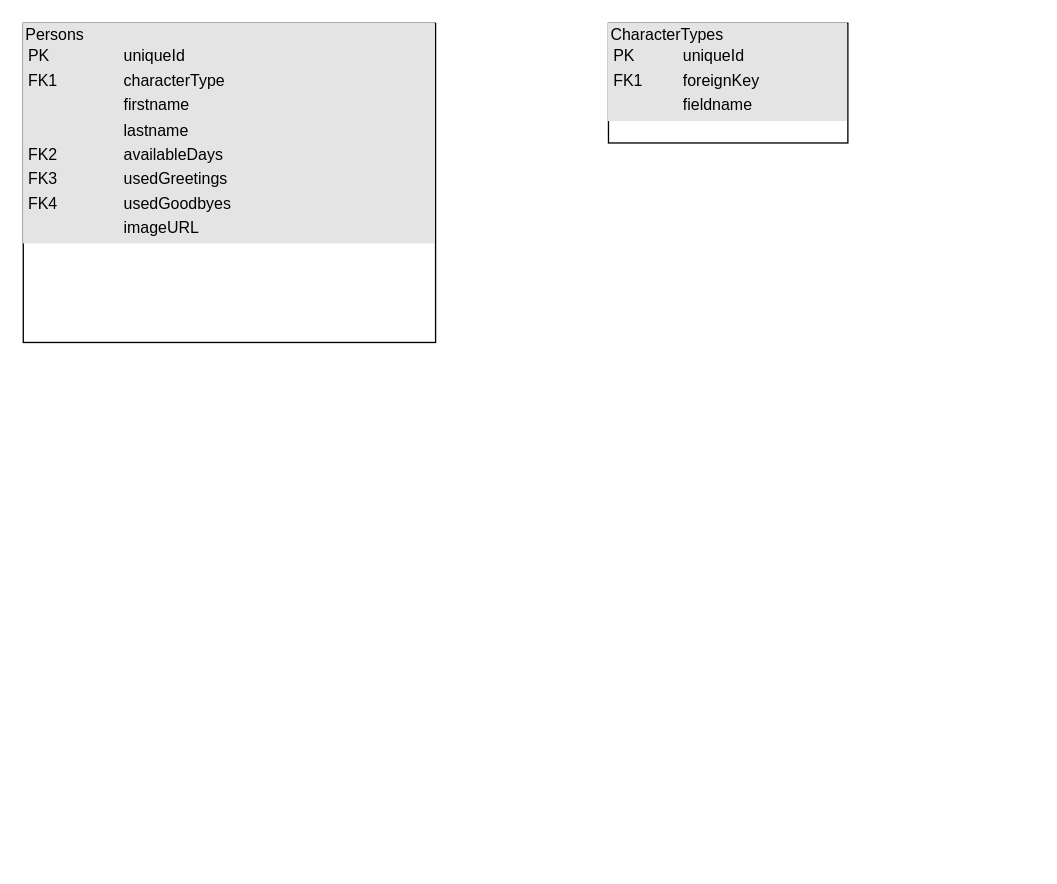
TeacherStijn/Secondhand-storekeeper keeps this draw.io diagram as Secondhandstore.drawio. Above is the earlier version. Source tidied: cells renumbered, new cells numbered last; positions are measured from the earlier drawing's top-left corner, leaving out a move shared by most shapes. Both pictures are drawn from the tidied source at 133%, with x=0, y=0 at pixel (23, 23).
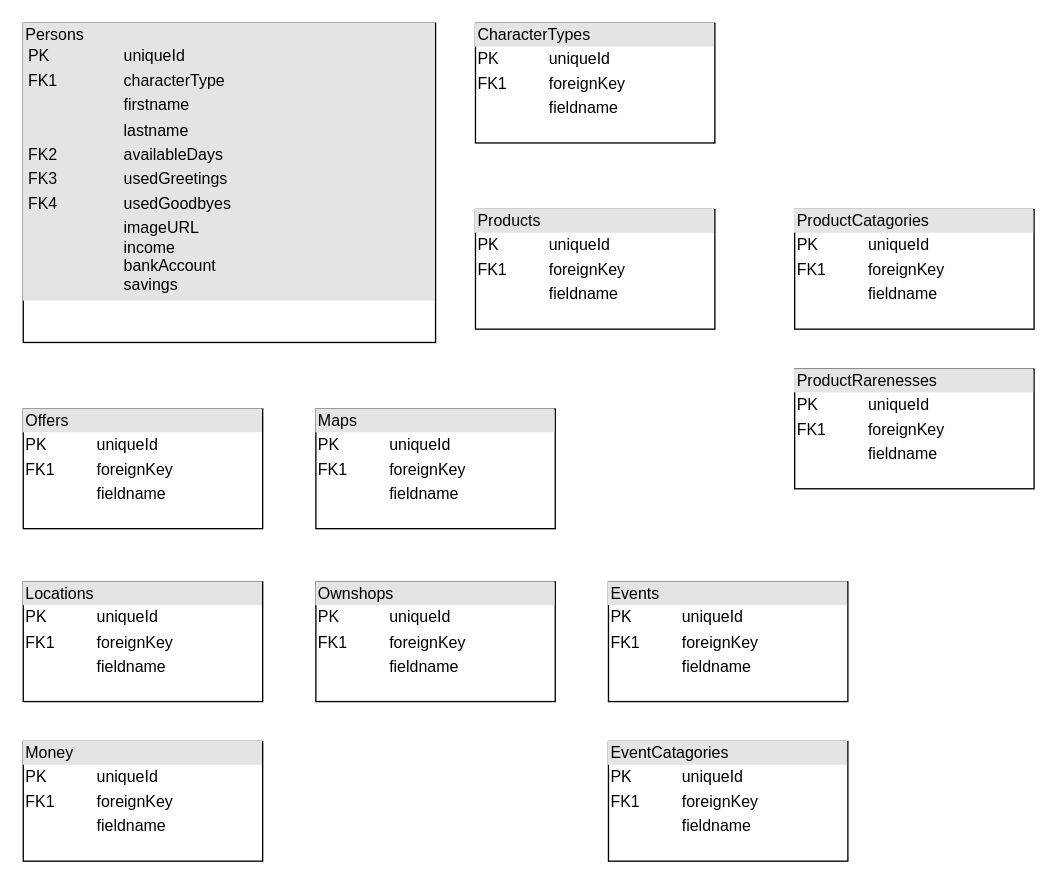
The same page after the edit.

Diff of the diagram source:
```diff
@@
 <mxGraphModel>
   <root>
     <mxCell id="0" />
     <mxCell id="1" parent="0" />
-    <mxCell id="2" value="&lt;div style=&quot;box-sizing:border-box;width:100%;background:#e4e4e4;padding:2px;&quot;&gt;Persons&lt;table style=&quot;background-color: initial; font-size: 1em; width: 100%;&quot; cellpadding=&quot;2&quot; cellspacing=&quot;0&quot;&gt;&lt;tbody&gt;&lt;tr&gt;&lt;td&gt;PK&lt;/td&gt;&lt;td&gt;uniqueId&lt;/td&gt;&lt;/tr&gt;&lt;tr&gt;&lt;td&gt;FK1&lt;/td&gt;&lt;td&gt;characterType&lt;/td&gt;&lt;/tr&gt;&lt;tr&gt;&lt;td&gt;&lt;/td&gt;&lt;td&gt;firstname&lt;br&gt;&lt;/td&gt;&lt;/tr&gt;&lt;tr&gt;&lt;td&gt;&lt;br&gt;&lt;/td&gt;&lt;td&gt;lastname&lt;/td&gt;&lt;/tr&gt;&lt;tr&gt;&lt;td&gt;FK2&lt;/td&gt;&lt;td&gt;availableDays&lt;/td&gt;&lt;/tr&gt;&lt;tr&gt;&lt;td&gt;FK3&lt;/td&gt;&lt;td&gt;usedGreetings&lt;/td&gt;&lt;/tr&gt;&lt;tr&gt;&lt;td&gt;FK4&lt;/td&gt;&lt;td&gt;usedGoodbyes&lt;/td&gt;&lt;/tr&gt;&lt;tr&gt;&lt;td&gt;&lt;br&gt;&lt;/td&gt;&lt;td&gt;imageURL&lt;/td&gt;&lt;/tr&gt;&lt;/tbody&gt;&lt;/table&gt;&lt;/div&gt;" style="verticalAlign=top;align=left;overflow=fill;html=1;" parent="1" vertex="1">
+    <mxCell id="2" value="&lt;div style=&quot;box-sizing:border-box;width:100%;background:#e4e4e4;padding:2px;&quot;&gt;Persons&lt;table style=&quot;background-color: initial; font-size: 1em; width: 100%;&quot; cellpadding=&quot;2&quot; cellspacing=&quot;0&quot;&gt;&lt;tbody&gt;&lt;tr&gt;&lt;td&gt;PK&lt;/td&gt;&lt;td&gt;uniqueId&lt;/td&gt;&lt;/tr&gt;&lt;tr&gt;&lt;td&gt;FK1&lt;/td&gt;&lt;td&gt;characterType&lt;/td&gt;&lt;/tr&gt;&lt;tr&gt;&lt;td&gt;&lt;/td&gt;&lt;td&gt;firstname&lt;br&gt;&lt;/td&gt;&lt;/tr&gt;&lt;tr&gt;&lt;td&gt;&lt;br&gt;&lt;/td&gt;&lt;td&gt;lastname&lt;/td&gt;&lt;/tr&gt;&lt;tr&gt;&lt;td&gt;FK2&lt;/td&gt;&lt;td&gt;availableDays&lt;/td&gt;&lt;/tr&gt;&lt;tr&gt;&lt;td&gt;FK3&lt;/td&gt;&lt;td&gt;usedGreetings&lt;/td&gt;&lt;/tr&gt;&lt;tr&gt;&lt;td&gt;FK4&lt;/td&gt;&lt;td&gt;usedGoodbyes&lt;/td&gt;&lt;/tr&gt;&lt;tr&gt;&lt;td&gt;&lt;br&gt;&lt;/td&gt;&lt;td&gt;imageURL&lt;br&gt;income&lt;br&gt;bankAccount&lt;br&gt;savings&lt;/td&gt;&lt;/tr&gt;&lt;/tbody&gt;&lt;/table&gt;&lt;/div&gt;" style="verticalAlign=top;align=left;overflow=fill;html=1;" parent="1" vertex="1">
       <mxGeometry width="310" height="240" as="geometry" />
     </mxCell>
+    <mxCell id="4" value="&lt;div style=&quot;box-sizing:border-box;width:100%;background:#e4e4e4;padding:2px;&quot;&gt;Locations&lt;/div&gt;&lt;table style=&quot;width:100%;font-size:1em;&quot; cellpadding=&quot;2&quot; cellspacing=&quot;0&quot;&gt;&lt;tbody&gt;&lt;tr&gt;&lt;td&gt;PK&lt;/td&gt;&lt;td&gt;uniqueId&lt;/td&gt;&lt;/tr&gt;&lt;tr&gt;&lt;td&gt;FK1&lt;/td&gt;&lt;td&gt;foreignKey&lt;/td&gt;&lt;/tr&gt;&lt;tr&gt;&lt;td&gt;&lt;/td&gt;&lt;td&gt;fieldname&lt;/td&gt;&lt;/tr&gt;&lt;/tbody&gt;&lt;/table&gt;" style="verticalAlign=top;align=left;overflow=fill;html=1;" parent="1" vertex="1">
+      <mxGeometry y="420" width="180" height="90" as="geometry" />
+    </mxCell>
+    <mxCell id="5" value="&lt;div style=&quot;box-sizing:border-box;width:100%;background:#e4e4e4;padding:2px;&quot;&gt;Offers&lt;/div&gt;&lt;table style=&quot;width:100%;font-size:1em;&quot; cellpadding=&quot;2&quot; cellspacing=&quot;0&quot;&gt;&lt;tbody&gt;&lt;tr&gt;&lt;td&gt;PK&lt;/td&gt;&lt;td&gt;uniqueId&lt;/td&gt;&lt;/tr&gt;&lt;tr&gt;&lt;td&gt;FK1&lt;/td&gt;&lt;td&gt;foreignKey&lt;/td&gt;&lt;/tr&gt;&lt;tr&gt;&lt;td&gt;&lt;/td&gt;&lt;td&gt;fieldname&lt;/td&gt;&lt;/tr&gt;&lt;/tbody&gt;&lt;/table&gt;" style="verticalAlign=top;align=left;overflow=fill;html=1;" parent="1" vertex="1">
+      <mxGeometry y="290" width="180" height="90" as="geometry" />
+    </mxCell>
+    <mxCell id="6" value="&lt;div style=&quot;box-sizing:border-box;width:100%;background:#e4e4e4;padding:2px;&quot;&gt;Ownshops&lt;/div&gt;&lt;table style=&quot;width:100%;font-size:1em;&quot; cellpadding=&quot;2&quot; cellspacing=&quot;0&quot;&gt;&lt;tbody&gt;&lt;tr&gt;&lt;td&gt;PK&lt;/td&gt;&lt;td&gt;uniqueId&lt;/td&gt;&lt;/tr&gt;&lt;tr&gt;&lt;td&gt;FK1&lt;/td&gt;&lt;td&gt;foreignKey&lt;/td&gt;&lt;/tr&gt;&lt;tr&gt;&lt;td&gt;&lt;/td&gt;&lt;td&gt;fieldname&lt;/td&gt;&lt;/tr&gt;&lt;/tbody&gt;&lt;/table&gt;" style="verticalAlign=top;align=left;overflow=fill;html=1;" parent="1" vertex="1">
+      <mxGeometry x="220" y="420" width="180" height="90" as="geometry" />
+    </mxCell>
+    <mxCell id="7" value="&lt;div style=&quot;box-sizing:border-box;width:100%;background:#e4e4e4;padding:2px;&quot;&gt;Maps&lt;/div&gt;&lt;table style=&quot;width:100%;font-size:1em;&quot; cellpadding=&quot;2&quot; cellspacing=&quot;0&quot;&gt;&lt;tbody&gt;&lt;tr&gt;&lt;td&gt;PK&lt;/td&gt;&lt;td&gt;uniqueId&lt;/td&gt;&lt;/tr&gt;&lt;tr&gt;&lt;td&gt;FK1&lt;/td&gt;&lt;td&gt;foreignKey&lt;/td&gt;&lt;/tr&gt;&lt;tr&gt;&lt;td&gt;&lt;/td&gt;&lt;td&gt;fieldname&lt;/td&gt;&lt;/tr&gt;&lt;/tbody&gt;&lt;/table&gt;" style="verticalAlign=top;align=left;overflow=fill;html=1;" parent="1" vertex="1">
+      <mxGeometry x="220" y="290" width="180" height="90" as="geometry" />
+    </mxCell>
+    <mxCell id="8" value="&lt;div style=&quot;box-sizing:border-box;width:100%;background:#e4e4e4;padding:2px;&quot;&gt;Products&lt;/div&gt;&lt;table style=&quot;width:100%;font-size:1em;&quot; cellpadding=&quot;2&quot; cellspacing=&quot;0&quot;&gt;&lt;tbody&gt;&lt;tr&gt;&lt;td&gt;PK&lt;/td&gt;&lt;td&gt;uniqueId&lt;/td&gt;&lt;/tr&gt;&lt;tr&gt;&lt;td&gt;FK1&lt;/td&gt;&lt;td&gt;foreignKey&lt;/td&gt;&lt;/tr&gt;&lt;tr&gt;&lt;td&gt;&lt;/td&gt;&lt;td&gt;fieldname&lt;/td&gt;&lt;/tr&gt;&lt;/tbody&gt;&lt;/table&gt;" style="verticalAlign=top;align=left;overflow=fill;html=1;" parent="1" vertex="1">
+      <mxGeometry x="340" y="140" width="180" height="90" as="geometry" />
+    </mxCell>
-    <mxCell id="3" value="&lt;div style=&quot;box-sizing:border-box;width:100%;background:#e4e4e4;padding:2px;&quot;&gt;CharacterTypes&lt;table style=&quot;background-color: initial; font-size: 1em; width: 100%;&quot; cellpadding=&quot;2&quot; cellspacing=&quot;0&quot;&gt;&lt;tbody&gt;&lt;tr&gt;&lt;td&gt;PK&lt;/td&gt;&lt;td&gt;uniqueId&lt;/td&gt;&lt;/tr&gt;&lt;tr&gt;&lt;td&gt;FK1&lt;/td&gt;&lt;td&gt;foreignKey&lt;/td&gt;&lt;/tr&gt;&lt;tr&gt;&lt;td&gt;&lt;/td&gt;&lt;td&gt;fieldname&lt;/td&gt;&lt;/tr&gt;&lt;/tbody&gt;&lt;/table&gt;&lt;/div&gt;" style="verticalAlign=top;align=left;overflow=fill;html=1;" parent="1" vertex="1">
-      <mxGeometry x="440" width="180" height="90" as="geometry" />
+    <mxCell id="3" value="&lt;div style=&quot;box-sizing:border-box;width:100%;background:#e4e4e4;padding:2px;&quot;&gt;CharacterTypes&lt;/div&gt;&lt;table style=&quot;width:100%;font-size:1em;&quot; cellpadding=&quot;2&quot; cellspacing=&quot;0&quot;&gt;&lt;tbody&gt;&lt;tr&gt;&lt;td&gt;PK&lt;/td&gt;&lt;td&gt;uniqueId&lt;/td&gt;&lt;/tr&gt;&lt;tr&gt;&lt;td&gt;FK1&lt;/td&gt;&lt;td&gt;foreignKey&lt;/td&gt;&lt;/tr&gt;&lt;tr&gt;&lt;td&gt;&lt;/td&gt;&lt;td&gt;fieldname&lt;/td&gt;&lt;/tr&gt;&lt;/tbody&gt;&lt;/table&gt;" style="verticalAlign=top;align=left;overflow=fill;html=1;" parent="1" vertex="1">
+      <mxGeometry x="340" width="180" height="90" as="geometry" />
     </mxCell>
+    <mxCell id="9" value="&lt;div style=&quot;box-sizing:border-box;width:100%;background:#e4e4e4;padding:2px;&quot;&gt;ProductCatagories&lt;/div&gt;&lt;table style=&quot;width:100%;font-size:1em;&quot; cellpadding=&quot;2&quot; cellspacing=&quot;0&quot;&gt;&lt;tbody&gt;&lt;tr&gt;&lt;td&gt;PK&lt;/td&gt;&lt;td&gt;uniqueId&lt;/td&gt;&lt;/tr&gt;&lt;tr&gt;&lt;td&gt;FK1&lt;/td&gt;&lt;td&gt;foreignKey&lt;/td&gt;&lt;/tr&gt;&lt;tr&gt;&lt;td&gt;&lt;/td&gt;&lt;td&gt;fieldname&lt;/td&gt;&lt;/tr&gt;&lt;/tbody&gt;&lt;/table&gt;" style="verticalAlign=top;align=left;overflow=fill;html=1;" parent="1" vertex="1">
+      <mxGeometry x="580" y="140" width="180" height="90" as="geometry" />
+    </mxCell>
+    <mxCell id="10" value="&lt;div style=&quot;box-sizing:border-box;width:100%;background:#e4e4e4;padding:2px;&quot;&gt;ProductRarenesses&lt;/div&gt;&lt;table style=&quot;width:100%;font-size:1em;&quot; cellpadding=&quot;2&quot; cellspacing=&quot;0&quot;&gt;&lt;tbody&gt;&lt;tr&gt;&lt;td&gt;PK&lt;/td&gt;&lt;td&gt;uniqueId&lt;/td&gt;&lt;/tr&gt;&lt;tr&gt;&lt;td&gt;FK1&lt;/td&gt;&lt;td&gt;foreignKey&lt;/td&gt;&lt;/tr&gt;&lt;tr&gt;&lt;td&gt;&lt;/td&gt;&lt;td&gt;fieldname&lt;/td&gt;&lt;/tr&gt;&lt;/tbody&gt;&lt;/table&gt;" style="verticalAlign=top;align=left;overflow=fill;html=1;" parent="1" vertex="1">
+      <mxGeometry x="580" y="260" width="180" height="90" as="geometry" />
+    </mxCell>
+    <mxCell id="11" value="&lt;div style=&quot;box-sizing:border-box;width:100%;background:#e4e4e4;padding:2px;&quot;&gt;Events&lt;/div&gt;&lt;table style=&quot;width:100%;font-size:1em;&quot; cellpadding=&quot;2&quot; cellspacing=&quot;0&quot;&gt;&lt;tbody&gt;&lt;tr&gt;&lt;td&gt;PK&lt;/td&gt;&lt;td&gt;uniqueId&lt;/td&gt;&lt;/tr&gt;&lt;tr&gt;&lt;td&gt;FK1&lt;/td&gt;&lt;td&gt;foreignKey&lt;/td&gt;&lt;/tr&gt;&lt;tr&gt;&lt;td&gt;&lt;/td&gt;&lt;td&gt;fieldname&lt;/td&gt;&lt;/tr&gt;&lt;/tbody&gt;&lt;/table&gt;" style="verticalAlign=top;align=left;overflow=fill;html=1;" parent="1" vertex="1">
+      <mxGeometry x="440" y="420" width="180" height="90" as="geometry" />
+    </mxCell>
+    <mxCell id="12" value="&lt;div style=&quot;box-sizing:border-box;width:100%;background:#e4e4e4;padding:2px;&quot;&gt;EventCatagories&lt;/div&gt;&lt;table style=&quot;width:100%;font-size:1em;&quot; cellpadding=&quot;2&quot; cellspacing=&quot;0&quot;&gt;&lt;tbody&gt;&lt;tr&gt;&lt;td&gt;PK&lt;/td&gt;&lt;td&gt;uniqueId&lt;/td&gt;&lt;/tr&gt;&lt;tr&gt;&lt;td&gt;FK1&lt;/td&gt;&lt;td&gt;foreignKey&lt;/td&gt;&lt;/tr&gt;&lt;tr&gt;&lt;td&gt;&lt;/td&gt;&lt;td&gt;fieldname&lt;/td&gt;&lt;/tr&gt;&lt;/tbody&gt;&lt;/table&gt;" style="verticalAlign=top;align=left;overflow=fill;html=1;" parent="1" vertex="1">
+      <mxGeometry x="440" y="540" width="180" height="90" as="geometry" />
+    </mxCell>
+    <mxCell id="13" value="&lt;div style=&quot;box-sizing:border-box;width:100%;background:#e4e4e4;padding:2px;&quot;&gt;Money&lt;/div&gt;&lt;table style=&quot;width:100%;font-size:1em;&quot; cellpadding=&quot;2&quot; cellspacing=&quot;0&quot;&gt;&lt;tbody&gt;&lt;tr&gt;&lt;td&gt;PK&lt;/td&gt;&lt;td&gt;uniqueId&lt;/td&gt;&lt;/tr&gt;&lt;tr&gt;&lt;td&gt;FK1&lt;/td&gt;&lt;td&gt;foreignKey&lt;/td&gt;&lt;/tr&gt;&lt;tr&gt;&lt;td&gt;&lt;/td&gt;&lt;td&gt;fieldname&lt;/td&gt;&lt;/tr&gt;&lt;/tbody&gt;&lt;/table&gt;" style="verticalAlign=top;align=left;overflow=fill;html=1;" parent="1" vertex="1">
+      <mxGeometry y="540" width="180" height="90" as="geometry" />
+    </mxCell>
   </root>
 </mxGraphModel>
```
